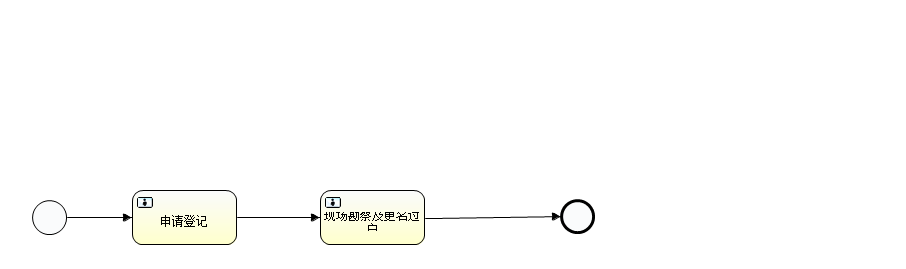
The BPMN diagram src/main/resources/processes/ChangeType.png in creSky/bem-server, before a commit. Its source is kept beside it as src/main/resources/processes/ChangeType.bpmn. Ids are renumbered. Source of this version:
```xml
<definitions xmlns="http://www.omg.org/spec/BPMN/20100524/MODEL" xmlns:activiti="http://activiti.org/bpmn" xmlns:bpmndi="http://www.omg.org/spec/BPMN/20100524/DI" xmlns:omgdc="http://www.omg.org/spec/DD/20100524/DC" xmlns:omgdi="http://www.omg.org/spec/DD/20100524/DI" xmlns:tns="http://www.activiti.org/HighVoltageNew" xmlns:xsd="http://www.w3.org/2001/XMLSchema" xmlns:xsi="http://www.w3.org/2001/XMLSchema-instance" expressionLanguage="http://www.w3.org/1999/XPath" id="m1558688199330" name="" targetNamespace="http://www.activiti.org/HighVoltageNew" typeLanguage="http://www.w3.org/2001/XMLSchema">
  <process id="ChangeType" isClosed="false" isExecutable="true" name="改类" processType="None">
    <startEvent id="startevent1" name="开始"/>
    <userTask activiti:candidateGroups="1" activiti:exclusive="true" id="bem-f1-p1" name="申请登记"/>
    <sequenceFlow id="flow2" sourceRef="startevent1" targetRef="bem-f1-p1"/>
    <userTask activiti:candidateGroups="1" activiti:exclusive="true" id="bem-f1-p21" name="现场勘察及更名过户"/>
    <endEvent id="endevent1" name="End"/>
    <sequenceFlow id="flow28" sourceRef="bem-f1-p21" targetRef="endevent1"/>
    <sequenceFlow id="flow29" sourceRef="bem-f1-p1" targetRef="bem-f1-p21"/>
  </process>
  <bpmndi:BPMNDiagram documentation="background=#FFFFFF;count=1;horizontalcount=1;orientation=0;width=842.4;height=1195.2;imageableWidth=832.4;imageableHeight=1185.2;imageableX=5.0;imageableY=5.0" id="Diagram-_1" name="New Diagram">
    <bpmndi:BPMNPlane bpmnElement="ChangeType">
      <bpmndi:BPMNShape bpmnElement="startevent1" id="Shape-startevent1">
        <omgdc:Bounds height="32.0" width="32.0" x="32.0" y="200.0"/>
        <bpmndi:BPMNLabel>
          <omgdc:Bounds height="32.0" width="32.0" x="0.0" y="0.0"/>
        </bpmndi:BPMNLabel>
      </bpmndi:BPMNShape>
      <bpmndi:BPMNShape bpmnElement="bem-f1-p1" id="Shape-bem-f1-p1">
        <omgdc:Bounds height="55.0" width="105.0" x="132.0" y="190.0"/>
        <bpmndi:BPMNLabel>
          <omgdc:Bounds height="55.0" width="105.0" x="0.0" y="0.0"/>
        </bpmndi:BPMNLabel>
      </bpmndi:BPMNShape>
      <bpmndi:BPMNShape bpmnElement="bem-f1-p21" id="Shape-bem-f1-p21">
        <omgdc:Bounds height="55.0" width="105.0" x="320.0" y="190.0"/>
        <bpmndi:BPMNLabel>
          <omgdc:Bounds height="55.0" width="105.0" x="0.0" y="0.0"/>
        </bpmndi:BPMNLabel>
      </bpmndi:BPMNShape>
      <bpmndi:BPMNShape bpmnElement="endevent1" id="Shape-endevent1">
        <omgdc:Bounds height="32.0" width="32.0" x="560.0" y="199.0"/>
        <bpmndi:BPMNLabel>
          <omgdc:Bounds height="32.0" width="32.0" x="0.0" y="0.0"/>
        </bpmndi:BPMNLabel>
      </bpmndi:BPMNShape>
      <bpmndi:BPMNEdge bpmnElement="flow28" id="BPMNEdge_flow28" sourceElement="bem-f1-p21" targetElement="endevent1">
        <omgdi:waypoint x="425.0" y="217.5"/>
        <omgdi:waypoint x="560.0" y="215.0"/>
        <bpmndi:BPMNLabel>
          <omgdc:Bounds height="-1.0" width="-1.0" x="-1.0" y="-1.0"/>
        </bpmndi:BPMNLabel>
      </bpmndi:BPMNEdge>
      <bpmndi:BPMNEdge bpmnElement="flow29" id="BPMNEdge_flow29" sourceElement="bem-f1-p1" targetElement="bem-f1-p21">
        <omgdi:waypoint x="237.0" y="217.5"/>
        <omgdi:waypoint x="320.0" y="217.5"/>
        <bpmndi:BPMNLabel>
          <omgdc:Bounds height="-1.0" width="-1.0" x="-1.0" y="-1.0"/>
        </bpmndi:BPMNLabel>
      </bpmndi:BPMNEdge>
      <bpmndi:BPMNEdge bpmnElement="flow2" id="BPMNEdge_flow2" sourceElement="startevent1" targetElement="bem-f1-p1">
        <omgdi:waypoint x="64.0" y="216.0"/>
        <omgdi:waypoint x="132.0" y="217.5"/>
        <bpmndi:BPMNLabel>
          <omgdc:Bounds height="-1.0" width="-1.0" x="-1.0" y="-1.0"/>
        </bpmndi:BPMNLabel>
      </bpmndi:BPMNEdge>
    </bpmndi:BPMNPlane>
  </bpmndi:BPMNDiagram>
</definitions>
```
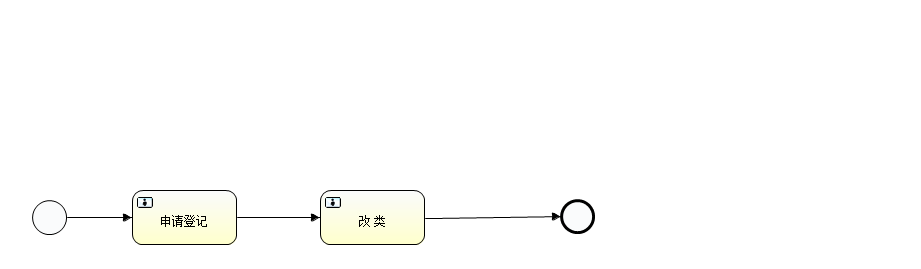
Later version of the same file.

Diff of the diagram source:
```diff
@@ -1,59 +1,38 @@
-<definitions xmlns="http://www.omg.org/spec/BPMN/20100524/MODEL" xmlns:activiti="http://activiti.org/bpmn" xmlns:bpmndi="http://www.omg.org/spec/BPMN/20100524/DI" xmlns:omgdc="http://www.omg.org/spec/DD/20100524/DC" xmlns:omgdi="http://www.omg.org/spec/DD/20100524/DI" xmlns:tns="http://www.activiti.org/HighVoltageNew" xmlns:xsd="http://www.w3.org/2001/XMLSchema" xmlns:xsi="http://www.w3.org/2001/XMLSchema-instance" expressionLanguage="http://www.w3.org/1999/XPath" id="m1558688199330" name="" targetNamespace="http://www.activiti.org/HighVoltageNew" typeLanguage="http://www.w3.org/2001/XMLSchema">
-  <process id="ChangeType" isClosed="false" isExecutable="true" name="改类" processType="None">
-    <startEvent id="startevent1" name="开始"/>
-    <userTask activiti:candidateGroups="1" activiti:exclusive="true" id="bem-f1-p1" name="申请登记"/>
-    <sequenceFlow id="flow2" sourceRef="startevent1" targetRef="bem-f1-p1"/>
-    <userTask activiti:candidateGroups="1" activiti:exclusive="true" id="bem-f1-p21" name="现场勘察及更名过户"/>
-    <endEvent id="endevent1" name="End"/>
-    <sequenceFlow id="flow28" sourceRef="bem-f1-p21" targetRef="endevent1"/>
-    <sequenceFlow id="flow29" sourceRef="bem-f1-p1" targetRef="bem-f1-p21"/>
+<definitions xmlns="http://www.omg.org/spec/BPMN/20100524/MODEL" xmlns:xsi="http://www.w3.org/2001/XMLSchema-instance" xmlns:activiti="http://activiti.org/bpmn" xmlns:bpmndi="http://www.omg.org/spec/BPMN/20100524/DI" xmlns:omgdc="http://www.omg.org/spec/DD/20100524/DC" xmlns:omgdi="http://www.omg.org/spec/DD/20100524/DI" xmlns:tns="http://www.activiti.org/HighVoltageNew" xmlns:xsd="http://www.w3.org/2001/XMLSchema" typeLanguage="http://www.w3.org/2001/XMLSchema" expressionLanguage="http://www.w3.org/1999/XPath" targetNamespace="http://www.activiti.org/HighVoltageNew">
+  <process id="ChangeType" name="变更用电类别" isExecutable="true" isClosed="false" processType="None">
+    <startEvent id="startevent1" name="开始"></startEvent>
+    <userTask id="bem-f1-p1" name="申请登记" activiti:candidateGroups="10"></userTask>
+    <sequenceFlow id="flow2" sourceRef="startevent1" targetRef="bem-f1-p1"></sequenceFlow>
+    <userTask id="bem-f1-p22" name="改 类" activiti:candidateGroups="10"></userTask>
+    <endEvent id="endevent1" name="End"></endEvent>
+    <sequenceFlow id="flow28" sourceRef="bem-f1-p22" targetRef="endevent1"></sequenceFlow>
+    <sequenceFlow id="flow29" sourceRef="bem-f1-p1" targetRef="bem-f1-p22"></sequenceFlow>
   </process>
-  <bpmndi:BPMNDiagram documentation="background=#FFFFFF;count=1;horizontalcount=1;orientation=0;width=842.4;height=1195.2;imageableWidth=832.4;imageableHeight=1185.2;imageableX=5.0;imageableY=5.0" id="Diagram-_1" name="New Diagram">
-    <bpmndi:BPMNPlane bpmnElement="ChangeType">
-      <bpmndi:BPMNShape bpmnElement="startevent1" id="Shape-startevent1">
-        <omgdc:Bounds height="32.0" width="32.0" x="32.0" y="200.0"/>
-        <bpmndi:BPMNLabel>
-          <omgdc:Bounds height="32.0" width="32.0" x="0.0" y="0.0"/>
-        </bpmndi:BPMNLabel>
+  <bpmndi:BPMNDiagram id="BPMNDiagram_ChangeType">
+    <bpmndi:BPMNPlane bpmnElement="ChangeType" id="BPMNPlane_ChangeType">
+      <bpmndi:BPMNShape bpmnElement="startevent1" id="BPMNShape_startevent1">
+        <omgdc:Bounds height="35.0" width="35.0" x="32.0" y="200.0"></omgdc:Bounds>
       </bpmndi:BPMNShape>
-      <bpmndi:BPMNShape bpmnElement="bem-f1-p1" id="Shape-bem-f1-p1">
-        <omgdc:Bounds height="55.0" width="105.0" x="132.0" y="190.0"/>
-        <bpmndi:BPMNLabel>
-          <omgdc:Bounds height="55.0" width="105.0" x="0.0" y="0.0"/>
-        </bpmndi:BPMNLabel>
+      <bpmndi:BPMNShape bpmnElement="bem-f1-p1" id="BPMNShape_bem-f1-p1">
+        <omgdc:Bounds height="55.0" width="105.0" x="132.0" y="190.0"></omgdc:Bounds>
       </bpmndi:BPMNShape>
-      <bpmndi:BPMNShape bpmnElement="bem-f1-p21" id="Shape-bem-f1-p21">
-        <omgdc:Bounds height="55.0" width="105.0" x="320.0" y="190.0"/>
-        <bpmndi:BPMNLabel>
-          <omgdc:Bounds height="55.0" width="105.0" x="0.0" y="0.0"/>
-        </bpmndi:BPMNLabel>
+      <bpmndi:BPMNShape bpmnElement="bem-f1-p22" id="BPMNShape_bem-f1-p22">
+        <omgdc:Bounds height="55.0" width="105.0" x="320.0" y="190.0"></omgdc:Bounds>
       </bpmndi:BPMNShape>
-      <bpmndi:BPMNShape bpmnElement="endevent1" id="Shape-endevent1">
-        <omgdc:Bounds height="32.0" width="32.0" x="560.0" y="199.0"/>
-        <bpmndi:BPMNLabel>
-          <omgdc:Bounds height="32.0" width="32.0" x="0.0" y="0.0"/>
-        </bpmndi:BPMNLabel>
+      <bpmndi:BPMNShape bpmnElement="endevent1" id="BPMNShape_endevent1">
+        <omgdc:Bounds height="35.0" width="35.0" x="560.0" y="199.0"></omgdc:Bounds>
       </bpmndi:BPMNShape>
-      <bpmndi:BPMNEdge bpmnElement="flow28" id="BPMNEdge_flow28" sourceElement="bem-f1-p21" targetElement="endevent1">
-        <omgdi:waypoint x="425.0" y="217.5"/>
-        <omgdi:waypoint x="560.0" y="215.0"/>
-        <bpmndi:BPMNLabel>
-          <omgdc:Bounds height="-1.0" width="-1.0" x="-1.0" y="-1.0"/>
-        </bpmndi:BPMNLabel>
+      <bpmndi:BPMNEdge bpmnElement="flow2" id="BPMNEdge_flow2">
+        <omgdi:waypoint x="67.0" y="217.0"></omgdi:waypoint>
+        <omgdi:waypoint x="132.0" y="217.0"></omgdi:waypoint>
       </bpmndi:BPMNEdge>
-      <bpmndi:BPMNEdge bpmnElement="flow29" id="BPMNEdge_flow29" sourceElement="bem-f1-p1" targetElement="bem-f1-p21">
-        <omgdi:waypoint x="237.0" y="217.5"/>
-        <omgdi:waypoint x="320.0" y="217.5"/>
-        <bpmndi:BPMNLabel>
-          <omgdc:Bounds height="-1.0" width="-1.0" x="-1.0" y="-1.0"/>
-        </bpmndi:BPMNLabel>
+      <bpmndi:BPMNEdge bpmnElement="flow28" id="BPMNEdge_flow28">
+        <omgdi:waypoint x="425.0" y="217.0"></omgdi:waypoint>
+        <omgdi:waypoint x="560.0" y="216.0"></omgdi:waypoint>
       </bpmndi:BPMNEdge>
-      <bpmndi:BPMNEdge bpmnElement="flow2" id="BPMNEdge_flow2" sourceElement="startevent1" targetElement="bem-f1-p1">
-        <omgdi:waypoint x="64.0" y="216.0"/>
-        <omgdi:waypoint x="132.0" y="217.5"/>
-        <bpmndi:BPMNLabel>
-          <omgdc:Bounds height="-1.0" width="-1.0" x="-1.0" y="-1.0"/>
-        </bpmndi:BPMNLabel>
+      <bpmndi:BPMNEdge bpmnElement="flow29" id="BPMNEdge_flow29">
+        <omgdi:waypoint x="237.0" y="217.0"></omgdi:waypoint>
+        <omgdi:waypoint x="320.0" y="217.0"></omgdi:waypoint>
       </bpmndi:BPMNEdge>
     </bpmndi:BPMNPlane>
   </bpmndi:BPMNDiagram>
```
